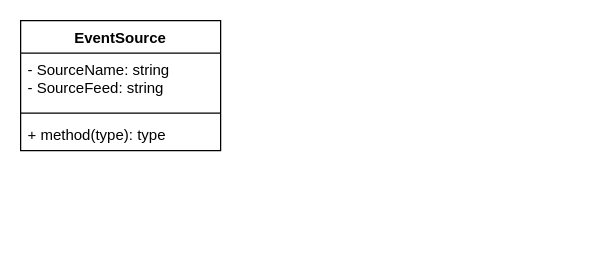
m-bassiri/HamyarApp keeps this draw.io diagram as Class Diagram - Events.drawio. Above is the earlier version. Source tidied: cells renumbered, new cells numbered last; positions are measured from the earlier drawing's top-left corner, leaving out a move shared by most shapes. Both pictures are drawn from the tidied source at 125%, with x=0, y=0 at pixel (20, 20).
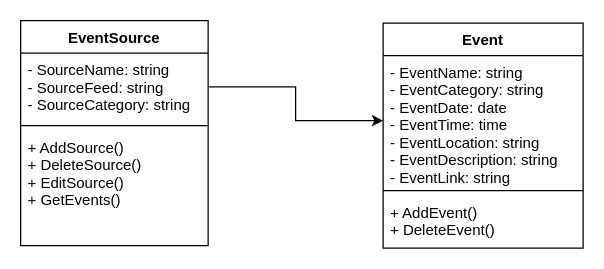
The same diagram, later.

Change to the diagram source:
```diff
@@
 <mxGraphModel>
   <root>
     <mxCell id="0" />
     <mxCell id="1" parent="0" />
     <mxCell id="2" value="EventSource" style="swimlane;fontStyle=1;align=center;verticalAlign=top;horizontal=1;startSize=26;" parent="1" vertex="1">
-      <mxGeometry width="160" height="104" as="geometry" />
+      <mxGeometry width="150" height="180" as="geometry" />
     </mxCell>
-    <mxCell id="3" value="- SourceName: string&#10;- SourceFeed: string&#10;" style="text;strokeColor=none;fillColor=none;align=left;verticalAlign=top;spacingLeft=4;spacingRight=4;overflow=hidden;points=[[0,0.5],[1,0.5]];portConstraint=eastwest;" parent="2" vertex="1">
-      <mxGeometry y="26" width="160" height="44" as="geometry" />
+    <mxCell id="3" value="- SourceName: string&#10;- SourceFeed: string&#10;- SourceCategory: string" style="text;strokeColor=none;fillColor=none;align=left;verticalAlign=top;spacingLeft=4;spacingRight=4;overflow=hidden;points=[[0,0.5],[1,0.5]];portConstraint=eastwest;" parent="2" vertex="1">
+      <mxGeometry y="26" width="150" height="54" as="geometry" />
     </mxCell>
     <mxCell id="4" style="line;strokeWidth=1;fillColor=none;align=left;verticalAlign=middle;spacingTop=-1;spacingLeft=3;spacingRight=3;labelPosition=right;" parent="2" vertex="1">
-      <mxGeometry y="70" width="160" height="8" as="geometry" />
+      <mxGeometry y="80" width="150" height="8" as="geometry" />
     </mxCell>
-    <mxCell id="5" value="+ method(type): type" style="text;strokeColor=none;fillColor=none;align=left;verticalAlign=top;spacingLeft=4;spacingRight=4;overflow=hidden;" parent="2" vertex="1">
-      <mxGeometry y="78" width="160" height="26" as="geometry" />
+    <mxCell id="5" value="+ AddSource()&#10;+ DeleteSource()&#10;+ EditSource()&#10;+ GetEvents()&#10;" style="text;strokeColor=none;fillColor=none;align=left;verticalAlign=top;spacingLeft=4;spacingRight=4;overflow=hidden;" parent="2" vertex="1">
+      <mxGeometry y="88" width="150" height="92" as="geometry" />
     </mxCell>
+    <mxCell id="6" value="Event" style="swimlane;fontStyle=1;align=center;verticalAlign=top;horizontal=1;startSize=26;" parent="1" vertex="1">
+      <mxGeometry x="290" y="2" width="160" height="180" as="geometry" />
+    </mxCell>
+    <mxCell id="7" value="- EventName: string&#10;- EventCategory: string&#10;- EventDate: date&#10;- EventTime: time&#10;- EventLocation: string&#10;- EventDescription: string&#10;- EventLink: string&#10;" style="text;strokeColor=none;fillColor=none;align=left;verticalAlign=top;spacingLeft=4;spacingRight=4;overflow=hidden;points=[[0,0.5],[1,0.5]];portConstraint=eastwest;" parent="6" vertex="1">
+      <mxGeometry y="26" width="160" height="104" as="geometry" />
+    </mxCell>
+    <mxCell id="8" style="line;strokeWidth=1;fillColor=none;align=left;verticalAlign=middle;spacingTop=-1;spacingLeft=3;spacingRight=3;labelPosition=right;" parent="6" vertex="1">
+      <mxGeometry y="130" width="160" height="8" as="geometry" />
+    </mxCell>
+    <mxCell id="9" value="+ AddEvent()&#10;+ DeleteEvent()&#10;" style="text;strokeColor=none;fillColor=none;align=left;verticalAlign=top;spacingLeft=4;spacingRight=4;overflow=hidden;" parent="6" vertex="1">
+      <mxGeometry y="138" width="160" height="42" as="geometry" />
+    </mxCell>
+    <mxCell id="10" style="edgeStyle=orthogonalEdgeStyle;rounded=0;jettySize=auto;html=1;entryX=0;entryY=0.5;entryDx=0;entryDy=0;" parent="1" edge="1" source="3" target="7">
+      <mxGeometry relative="1" as="geometry" />
+    </mxCell>
   </root>
 </mxGraphModel>
```
